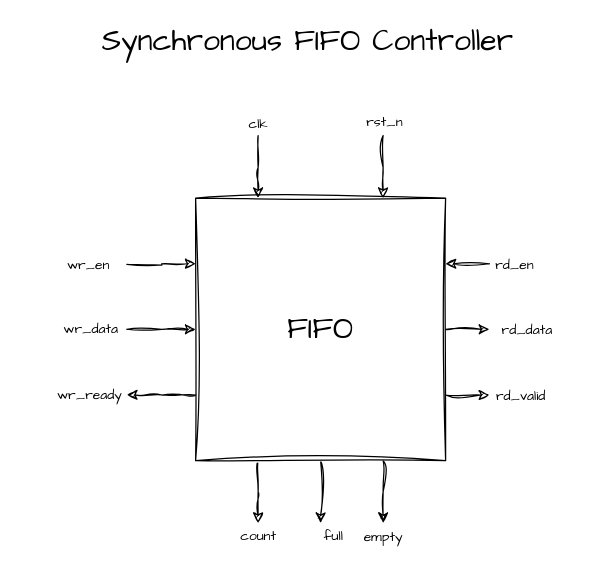
The draw.io diagram MEDS-Training/module4-tasks/t17_fifo/docs/fifo.drawio in AbdurRahman020/MEDS, before the edit. Source tidied: cells renumbered, new cells numbered last; positions are measured from the earlier drawing's top-left corner, leaving out a move shared by most shapes. Both pictures are drawn from the tidied source at 125%, with x=0, y=0 at pixel (95, 22).
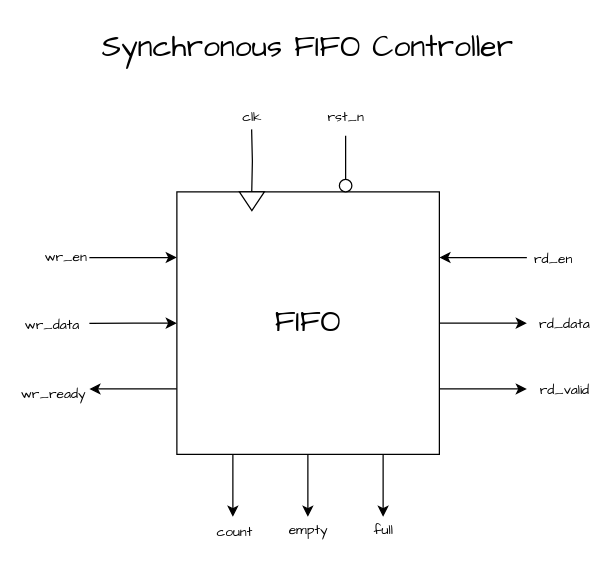
Above is the later version.

What changed in the source:
```diff
@@
-    <mxCell id="2" value="clk" style="edgeStyle=orthogonalEdgeStyle;rounded=0;jettySize=auto;html=1;exitX=0.25;exitY=0;exitDx=0;exitDy=0;endArrow=none;endFill=0;startArrow=classic;startFill=1;fontFamily=Comic Sans MS;sketch=1;curveFitting=1;jiggle=2;" parent="1" edge="1" source="13">
-      <mxGeometry x="1" y="10" relative="1" as="geometry">
-        <mxPoint x="130" y="90" as="targetPoint" />
-        <mxPoint x="10" y="-10" as="offset" />
-      </mxGeometry>
-    </mxCell>
+    <mxCell id="12" value="rd_en" style="edgeStyle=orthogonalEdgeStyle;rounded=0;jettySize=auto;html=1;exitX=1;exitY=0.25;exitDx=0;exitDy=0;startArrow=classic;startFill=1;endArrow=none;endFill=0;fontFamily=Comic Sans MS;" parent="1" edge="1" source="13">
+      <mxGeometry x="1" y="-20" relative="1" as="geometry">
+        <mxPoint x="345" y="187.6" as="targetPoint" />
+        <mxPoint x="20" y="-20" as="offset" />
+      </mxGeometry>
+    </mxCell>
+    <mxCell id="7" value="rd_data" style="edgeStyle=orthogonalEdgeStyle;rounded=0;jettySize=auto;html=1;exitX=1;exitY=0.5;exitDx=0;exitDy=0;startArrow=none;startFill=0;endArrow=classic;endFill=1;fontFamily=Comic Sans MS;" parent="1" edge="1" source="13">
+      <mxGeometry x="1" y="30" relative="1" as="geometry">
+        <mxPoint x="345" y="240" as="targetPoint" />
+        <mxPoint x="30" y="30" as="offset" />
+      </mxGeometry>
+    </mxCell>
+    <mxCell id="11" value="rd_valid" style="edgeStyle=orthogonalEdgeStyle;rounded=0;jettySize=auto;html=1;exitX=1;exitY=0.75;exitDx=0;exitDy=0;startArrow=none;startFill=0;endArrow=classic;endFill=1;fontFamily=Comic Sans MS;" parent="1" edge="1" source="13">
+      <mxGeometry x="1" y="30" relative="1" as="geometry">
+        <mxPoint x="345" y="292.7" as="targetPoint" />
+        <mxPoint x="30" y="30" as="offset" />
+      </mxGeometry>
+    </mxCell>
-    <mxCell id="3" value="rst_n" style="edgeStyle=orthogonalEdgeStyle;rounded=0;jettySize=auto;html=1;exitX=0.75;exitY=0;exitDx=0;exitDy=0;endArrow=none;endFill=0;startArrow=classic;startFill=1;fontFamily=Comic Sans MS;sketch=1;curveFitting=1;jiggle=2;" parent="1" edge="1" source="13">
-      <mxGeometry x="1" y="-10" relative="1" as="geometry">
-        <mxPoint x="230" y="90" as="targetPoint" />
-        <mxPoint x="-9" y="-10" as="offset" />
+    <mxCell id="3" value="rst_n" style="edgeStyle=orthogonalEdgeStyle;rounded=0;orthogonalLoop=1;jettySize=auto;html=1;exitX=0.75;exitY=0;exitDx=0;exitDy=0;startArrow=none;startFill=0;endArrow=none;endFill=0;fontFamily=Comic Sans MS;" parent="1" edge="1">
+      <mxGeometry x="1" y="-15" relative="1" as="geometry">
+        <mxPoint x="200" y="125" as="sourcePoint" />
+        <mxPoint x="200" y="90" as="targetPoint" />
+        <mxPoint x="-15" y="-15" as="offset" />
       </mxGeometry>
     </mxCell>
+    <mxCell id="15" style="edgeStyle=orthogonalEdgeStyle;rounded=0;jettySize=auto;html=1;exitX=0;exitY=0.25;exitDx=0;exitDy=0;startArrow=classic;startFill=1;endArrow=none;endFill=0;fontFamily=Comic Sans MS;" parent="1" edge="1" source="13">
+      <mxGeometry relative="1" as="geometry">
+        <mxPoint x="-5" y="187.6" as="targetPoint" />
+      </mxGeometry>
+    </mxCell>
-    <mxCell id="4" value="wr_en" style="edgeStyle=orthogonalEdgeStyle;rounded=0;jettySize=auto;html=1;exitX=0;exitY=0.25;exitDx=0;exitDy=0;endArrow=none;endFill=0;startArrow=classic;startFill=1;fontFamily=Comic Sans MS;sketch=1;curveFitting=1;jiggle=2;" parent="1" edge="1" source="13">
-      <mxGeometry x="1" y="30" relative="1" as="geometry">
-        <mxPoint x="25" y="193" as="targetPoint" />
-        <mxPoint x="-30" y="-30" as="offset" />
+    <mxCell id="4" value="wr_en" style="edgeLabel;html=1;align=center;verticalAlign=middle;fontFamily=Comic Sans MS;" parent="15" vertex="1">
+      <mxGeometry x="0.3" y="-1" relative="1" as="geometry">
+        <mxPoint x="-44" as="offset" />
       </mxGeometry>
     </mxCell>
+    <mxCell id="16" style="edgeStyle=orthogonalEdgeStyle;rounded=0;jettySize=auto;html=1;exitX=0;exitY=0.5;exitDx=0;exitDy=0;startArrow=classic;startFill=1;endArrow=none;endFill=0;fontFamily=Comic Sans MS;" parent="1" edge="1" source="13">
+      <mxGeometry relative="1" as="geometry">
+        <mxPoint x="-5" y="240.1" as="targetPoint" />
+      </mxGeometry>
+    </mxCell>
-    <mxCell id="5" value="wr_data" style="edgeStyle=orthogonalEdgeStyle;rounded=0;jettySize=auto;html=1;exitX=0;exitY=0.5;exitDx=0;exitDy=0;endArrow=none;endFill=0;startArrow=classic;startFill=1;fontFamily=Comic Sans MS;sketch=1;curveFitting=1;jiggle=2;" parent="1" edge="1" source="13">
-      <mxGeometry x="1" y="-30" relative="1" as="geometry">
-        <mxPoint x="25" y="244.9" as="targetPoint" />
-        <mxPoint x="-30" y="29" as="offset" />
+    <mxCell id="5" value="wr_data" style="edgeLabel;html=1;align=center;verticalAlign=middle;fontFamily=Comic Sans MS;" parent="16" vertex="1">
+      <mxGeometry x="0.24" y="-1" relative="1" as="geometry">
+        <mxPoint x="-57" y="1" as="offset" />
       </mxGeometry>
     </mxCell>
+    <mxCell id="17" style="edgeStyle=orthogonalEdgeStyle;rounded=0;jettySize=auto;html=1;exitX=0;exitY=0.75;exitDx=0;exitDy=0;fontFamily=Comic Sans MS;" parent="1" edge="1" source="13">
+      <mxGeometry relative="1" as="geometry">
+        <mxPoint x="-5" y="292.7" as="targetPoint" />
+      </mxGeometry>
+    </mxCell>
-    <mxCell id="6" value="wr_ready" style="edgeStyle=orthogonalEdgeStyle;rounded=0;jettySize=auto;html=1;exitX=0;exitY=0.75;exitDx=0;exitDy=0;fontFamily=Comic Sans MS;sketch=1;curveFitting=1;jiggle=2;" parent="1" edge="1" source="13">
-      <mxGeometry x="1" y="30" relative="1" as="geometry">
-        <mxPoint x="25" y="297.3" as="targetPoint" />
-        <mxPoint x="-30" y="-30" as="offset" />
+    <mxCell id="6" value="wr_ready" style="edgeLabel;html=1;align=center;verticalAlign=middle;fontFamily=Comic Sans MS;" parent="17" vertex="1">
+      <mxGeometry x="-0.01" y="2" relative="1" as="geometry">
+        <mxPoint x="-65" as="offset" />
       </mxGeometry>
     </mxCell>
-    <mxCell id="7" value="rd_data" style="edgeStyle=orthogonalEdgeStyle;rounded=0;jettySize=auto;html=1;exitX=1;exitY=0.5;exitDx=0;exitDy=0;fontFamily=Comic Sans MS;sketch=1;curveFitting=1;jiggle=2;" parent="1" edge="1" source="13">
-      <mxGeometry x="1" y="30" relative="1" as="geometry">
-        <mxPoint x="315" y="245" as="targetPoint" />
-        <mxPoint x="30" y="30" as="offset" />
-      </mxGeometry>
-    </mxCell>
+    <mxCell id="13" value="&lt;font style=&quot;font-size: 24px;&quot;&gt;FIFO&lt;/font&gt;" style="rounded=0;whiteSpace=wrap;html=1;fontFamily=Comic Sans MS;" parent="1" vertex="1">
+      <mxGeometry x="65" y="135" width="210" height="210" as="geometry" />
+    </mxCell>
+    <mxCell id="14" value="&lt;font style=&quot;font-size: 24px;&quot;&gt;Synchronous FIFO Controller&lt;/font&gt;" style="text;html=1;whiteSpace=wrap;strokeColor=none;fillColor=none;align=center;verticalAlign=middle;rounded=0;fontFamily=Comic Sans MS;" parent="1" vertex="1">
+      <mxGeometry y="5" width="340" height="30" as="geometry" />
+    </mxCell>
+    <mxCell id="10" value="empty" style="endArrow=classic;html=1;rounded=0;exitX=0.668;exitY=1;exitDx=0;exitDy=0;exitPerimeter=0;fontFamily=Comic Sans MS;" parent="1" edge="1">
+      <mxGeometry x="1" y="10" relative="1" as="geometry">
+        <mxPoint x="169.8" y="345" as="sourcePoint" />
+        <mxPoint x="169.8" y="395" as="targetPoint" />
+        <mxPoint x="-10" y="10" as="offset" />
+      </mxGeometry>
+    </mxCell>
+    <mxCell id="18" style="endArrow=classic;html=1;rounded=0;exitX=0.668;exitY=1;exitDx=0;exitDy=0;exitPerimeter=0;fontFamily=Comic Sans MS;" parent="1" edge="1">
+      <mxGeometry relative="1" as="geometry">
+        <mxPoint x="109.8" y="345" as="sourcePoint" />
+        <mxPoint x="109.8" y="395" as="targetPoint" />
+      </mxGeometry>
+    </mxCell>
-    <mxCell id="8" value="count" style="edgeStyle=orthogonalEdgeStyle;rounded=0;jettySize=auto;html=1;exitX=0.25;exitY=1;exitDx=0;exitDy=0;fontFamily=Comic Sans MS;sketch=1;curveFitting=1;jiggle=2;" parent="1" edge="1" source="13">
-      <mxGeometry x="1" y="-10" relative="1" as="geometry">
-        <mxPoint x="130" y="400" as="targetPoint" />
-        <mxPoint x="10" y="10" as="offset" />
+    <mxCell id="8" value="count" style="edgeLabel;html=1;align=center;verticalAlign=middle;fontFamily=Comic Sans MS;" parent="18" vertex="1">
+      <mxGeometry x="0.14" y="1" relative="1" as="geometry">
+        <mxPoint y="32" as="offset" />
       </mxGeometry>
     </mxCell>
-    <mxCell id="9" value="full" style="edgeStyle=orthogonalEdgeStyle;rounded=0;jettySize=auto;html=1;exitX=0.5;exitY=1;exitDx=0;exitDy=0;fontFamily=Comic Sans MS;sketch=1;curveFitting=1;jiggle=2;" parent="1" edge="1" source="13">
+    <mxCell id="9" value="full" style="endArrow=classic;html=1;rounded=0;exitX=0.668;exitY=1;exitDx=0;exitDy=0;exitPerimeter=0;fontFamily=Comic Sans MS;" parent="1" edge="1">
       <mxGeometry x="1" y="10" relative="1" as="geometry">
-        <mxPoint x="180" y="400" as="targetPoint" />
-        <Array as="points">
-          <mxPoint x="180" y="400" />
-        </Array>
-        <mxPoint y="10" as="offset" />
+        <mxPoint x="230" y="345" as="sourcePoint" />
+        <mxPoint x="230" y="395" as="targetPoint" />
+        <mxPoint x="-10" y="10" as="offset" />
       </mxGeometry>
     </mxCell>
-    <mxCell id="10" value="empty" style="edgeStyle=orthogonalEdgeStyle;rounded=0;jettySize=auto;html=1;exitX=0.75;exitY=1;exitDx=0;exitDy=0;fontFamily=Comic Sans MS;sketch=1;curveFitting=1;jiggle=2;" parent="1" edge="1" source="13">
-      <mxGeometry x="1" y="10" relative="1" as="geometry">
-        <mxPoint x="230" y="400" as="targetPoint" />
-        <mxPoint x="-10" y="10" as="offset" />
-      </mxGeometry>
-    </mxCell>
-    <mxCell id="11" value="rd_valid" style="edgeStyle=orthogonalEdgeStyle;rounded=0;jettySize=auto;html=1;exitX=1;exitY=0.75;exitDx=0;exitDy=0;fontFamily=Comic Sans MS;sketch=1;curveFitting=1;jiggle=2;" parent="1" edge="1" source="13">
-      <mxGeometry x="1" y="-25" relative="1" as="geometry">
-        <mxPoint x="315" y="297.3" as="targetPoint" />
-      </mxGeometry>
-    </mxCell>
-    <mxCell id="12" value="rd_en" style="edgeStyle=orthogonalEdgeStyle;rounded=0;jettySize=auto;html=1;exitX=1;exitY=0.25;exitDx=0;exitDy=0;startArrow=classic;startFill=1;endArrow=none;endFill=0;fontFamily=Comic Sans MS;sketch=1;curveFitting=1;jiggle=2;" parent="1" edge="1" source="13">
-      <mxGeometry x="1" y="20" relative="1" as="geometry">
-        <mxPoint x="315" y="192.5" as="targetPoint" />
-        <mxPoint x="20" y="20" as="offset" />
-      </mxGeometry>
-    </mxCell>
-    <mxCell id="13" value="&lt;font style=&quot;font-size: 24px;&quot;&gt;FIFO&lt;/font&gt;" style="rounded=0;whiteSpace=wrap;html=1;fontFamily=Comic Sans MS;sketch=1;curveFitting=1;jiggle=2;" parent="1" vertex="1">
-      <mxGeometry x="80" y="140" width="200" height="210" as="geometry" />
-    </mxCell>
-    <mxCell id="14" value="&lt;font style=&quot;font-size: 24px;&quot;&gt;Synchronous FIFO Controller&lt;/font&gt;" style="text;html=1;whiteSpace=wrap;strokeColor=none;fillColor=none;align=center;verticalAlign=middle;rounded=0;fontFamily=Comic Sans MS;sketch=1;curveFitting=1;jiggle=2;" parent="1" vertex="1">
-      <mxGeometry width="340" height="30" as="geometry" />
-    </mxCell>
+    <mxCell id="19" style="triangle;whiteSpace=wrap;html=1;direction=south;" parent="1" vertex="1">
+      <mxGeometry x="115" y="135" width="20" height="15" as="geometry" />
+    </mxCell>
+    <mxCell id="20" style="ellipse;whiteSpace=wrap;html=1;" parent="1" vertex="1">
+      <mxGeometry x="195" y="125" width="10" height="10" as="geometry" />
+    </mxCell>
+    <mxCell id="2" value="clk" style="edgeStyle=orthogonalEdgeStyle;rounded=0;orthogonalLoop=1;jettySize=auto;html=1;exitX=0.75;exitY=0;exitDx=0;exitDy=0;startArrow=none;startFill=0;endArrow=none;endFill=0;fontFamily=Comic Sans MS;" parent="1" edge="1">
+      <mxGeometry x="1" y="10" relative="1" as="geometry">
+        <mxPoint x="124.9" y="135" as="sourcePoint" />
+        <mxPoint x="124.8" y="85" as="targetPoint" />
+        <mxPoint x="10" y="-10" as="offset" />
+      </mxGeometry>
+    </mxCell>
```
